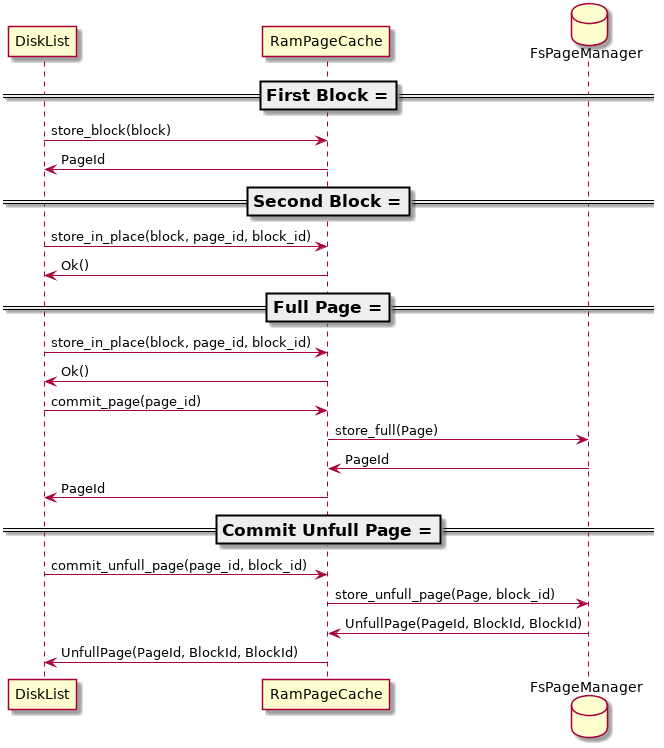
CurrySoftware/perlin keeps this PlantUML diagram as notes/disk_list.png. Above is the earlier version.
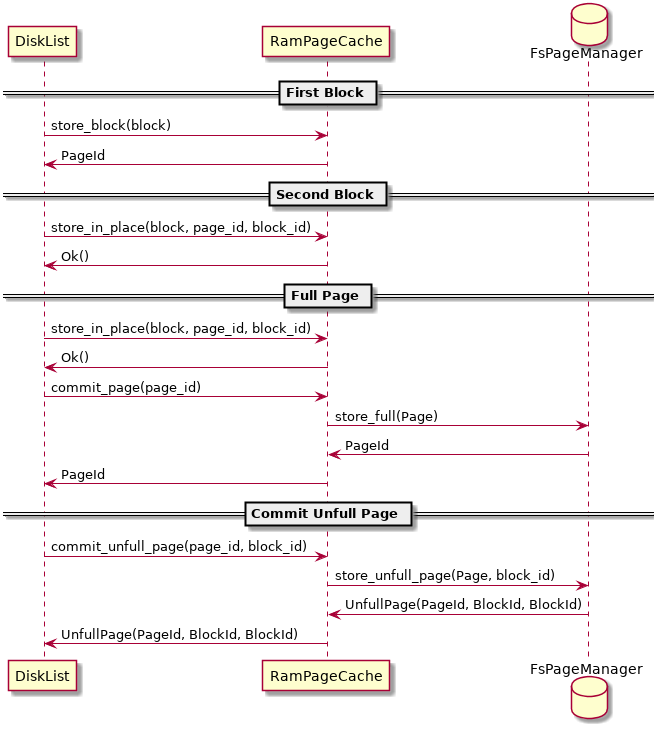
The same diagram one commit later.

Change to the diagram source:
```diff
@@ -2,21 +2,21 @@
 participant DiskList
 participant RamPageCache
 database FsPageManager
-=== First Block ===
+== First Block ==
 DiskList -> RamPageCache : store_block(block)
 RamPageCache -> DiskList : PageId
 
-=== Second Block ===
+== Second Block ==
 DiskList -> RamPageCache : store_in_place(block, page_id, block_id)
 RamPageCache -> DiskList : Ok()
-=== Full Page ===
+== Full Page ==
 DiskList -> RamPageCache : store_in_place(block, page_id, block_id)
 RamPageCache -> DiskList : Ok()
 DiskList -> RamPageCache : commit_page(page_id)
 RamPageCache -> FsPageManager : store_full(Page)
 FsPageManager -> RamPageCache : PageId
 RamPageCache -> DiskList : PageId
-=== Commit Unfull Page ===
+== Commit Unfull Page ==
 DiskList -> RamPageCache : commit_unfull_page(page_id, block_id)
 RamPageCache -> FsPageManager : store_unfull_page(Page, block_id)
 FsPageManager -> RamPageCache : UnfullPage(PageId, BlockId, BlockId)
```
